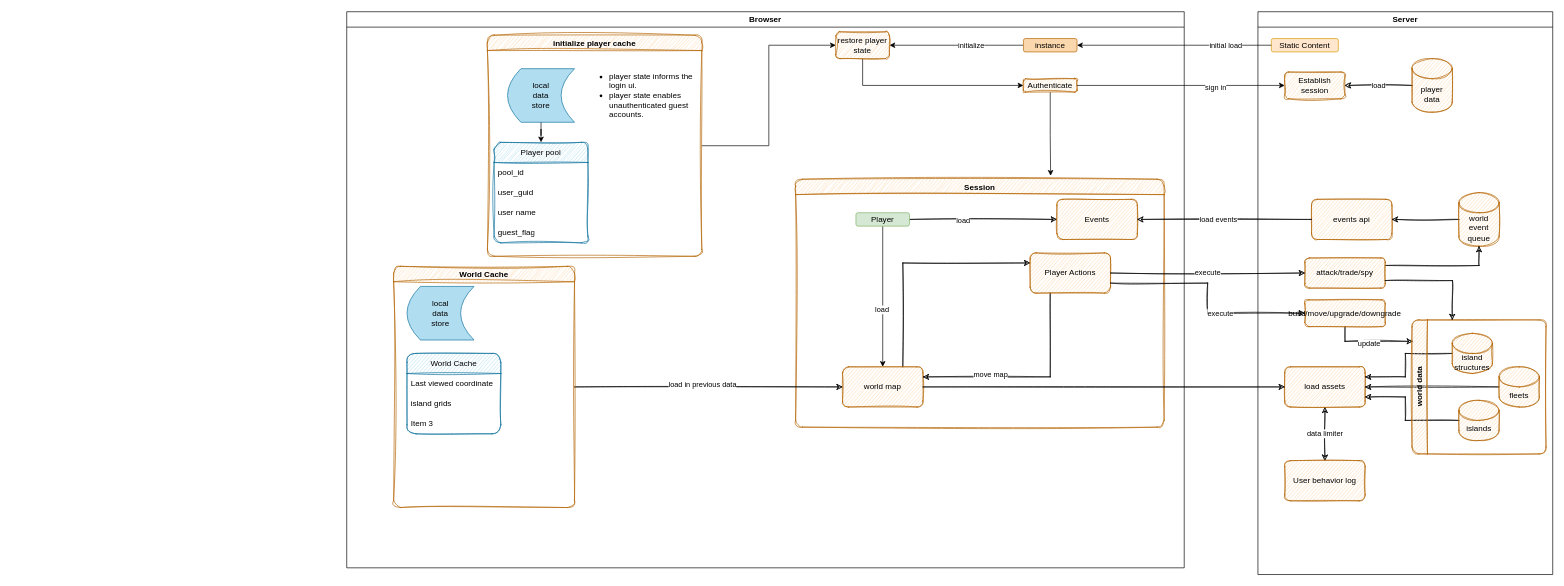
maddog1138/diagrams keeps this draw.io diagram as page "meepleseas" (1 of 3) of ARC_01_functional_flow.drawio. Above is the earlier version. Source tidied: cells renumbered, new cells numbered last; positions are measured from the earlier drawing's top-left corner, leaving out a move shared by most shapes. Both pictures are drawn from the tidied source at 67%, with x=0, y=0 at pixel (346, 11).
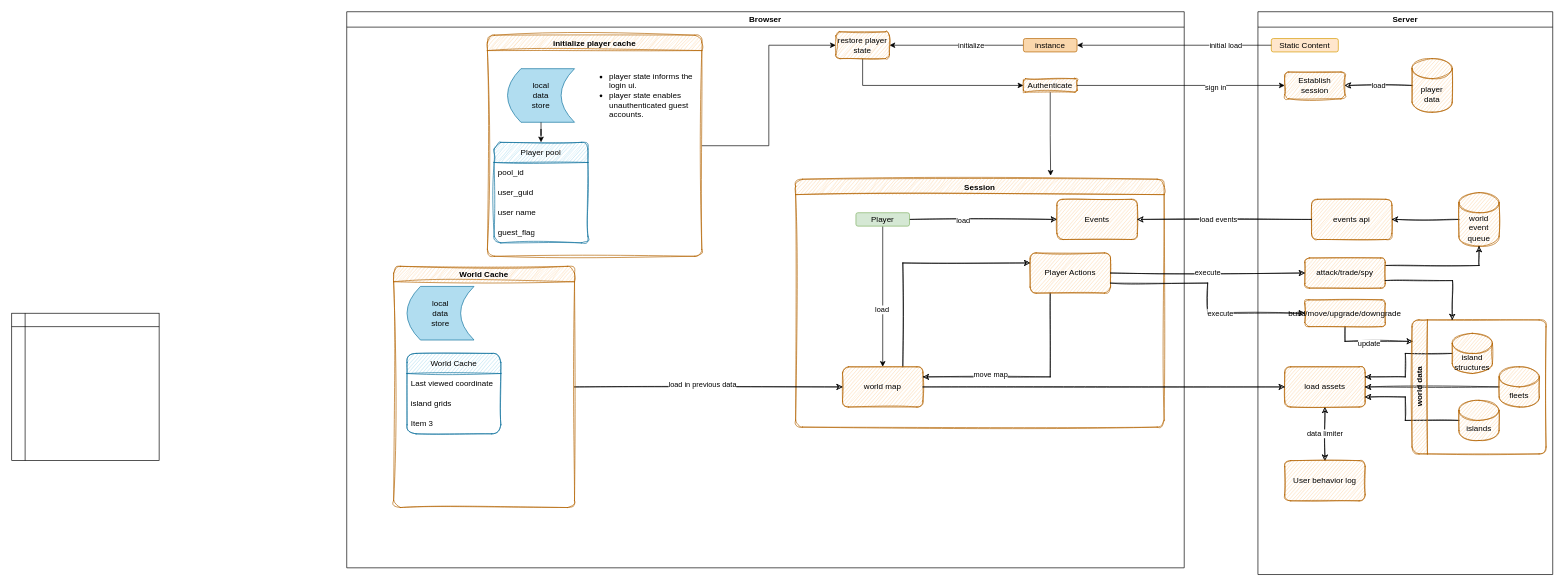
After the change.

The edit, as a diff of the source:
```diff
@@
+    <mxCell id="74" style="shape=internalStorage;whiteSpace=wrap;html=1;backgroundOutline=1;" parent="1" vertex="1">
+      <mxGeometry x="-500" y="450" width="220" height="220" as="geometry" />
+    </mxCell>
```
